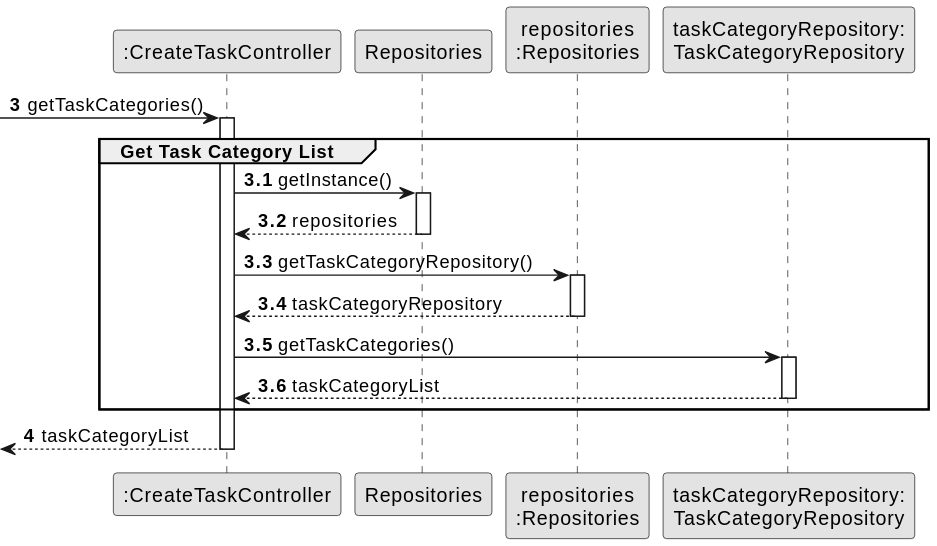
The PlantUML diagram docs/system-documentation/US002/03.design/svg/US006-SD-partial-get-task-category-list.svg in bruno-monteiro5/sem2-pi-24.25-g132-repo, before a commit.
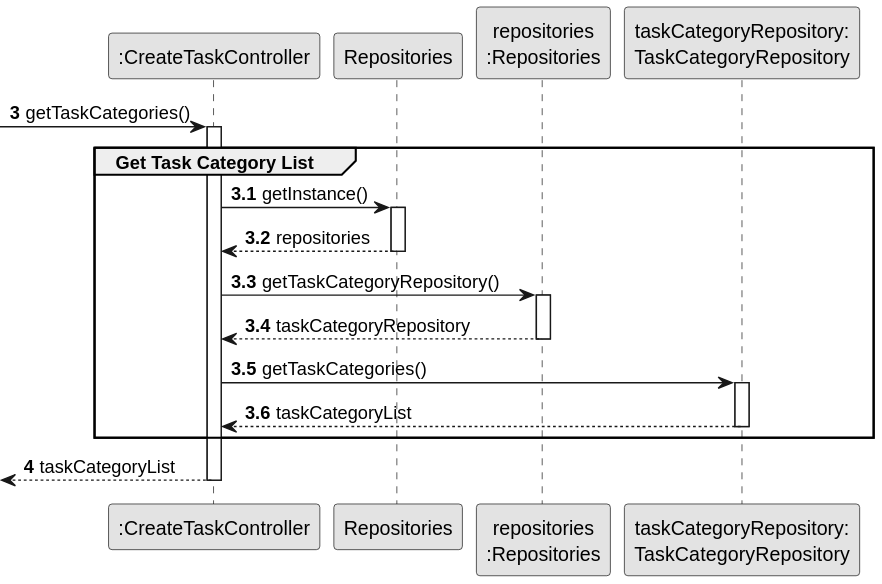
The same file after the commit.

The edit, as a diff of the source:
```diff
@@ -2,9 +2,6 @@
 skinparam monochrome true
 skinparam packageStyle rectangle
 skinparam shadowing false
-
-autonumber
-
 
 participant ":CreateTaskController" as CTRL
 participant "Repositories" as REPOS
@@ -12,29 +9,29 @@
 participant "taskCategoryRepository:\nTaskCategoryRepository" as TASK_CAT_REPO
 
 autonumber 3
-
- -> CTRL : getTaskCategories()
+-> CTRL : getTaskCategories()
 autonumber 3.1
 activate CTRL
+
     group Get Task Category List
+        CTRL -> REPOS : getInstance()
+        activate REPOS
+            REPOS --> CTRL : repositories
+        deactivate REPOS
 
-            CTRL -> REPOS : getInstance()
-            activate REPOS
-                REPOS --> CTRL: repositories
-            deactivate REPOS
+        CTRL -> REPOS_SINGLETON : getTaskCategoryRepository()
+        activate REPOS_SINGLETON
+            REPOS_SINGLETON --> CTRL : taskCategoryRepository
+        deactivate REPOS_SINGLETON
 
-            CTRL -> REPOS_SINGLETON : getTaskCategoryRepository()
-            activate REPOS_SINGLETON
-                REPOS_SINGLETON --> CTRL: taskCategoryRepository
-            deactivate REPOS_SINGLETON
+        CTRL -> TASK_CAT_REPO : getTaskCategories()
+        activate TASK_CAT_REPO
+            TASK_CAT_REPO --> CTRL : taskCategoryList
+        deactivate TASK_CAT_REPO
+    end
 
-            CTRL -> TASK_CAT_REPO : getTaskCategories()
-            activate TASK_CAT_REPO
-                TASK_CAT_REPO --> CTRL : taskCategoryList
-            deactivate TASK_CAT_REPO
+    autonumber 4
+    <-- CTRL : taskCategoryList
 
-    end
-    autonumber 4
-    <-- CTRL  : taskCategoryList
 deactivate CTRL
 @enduml
```
